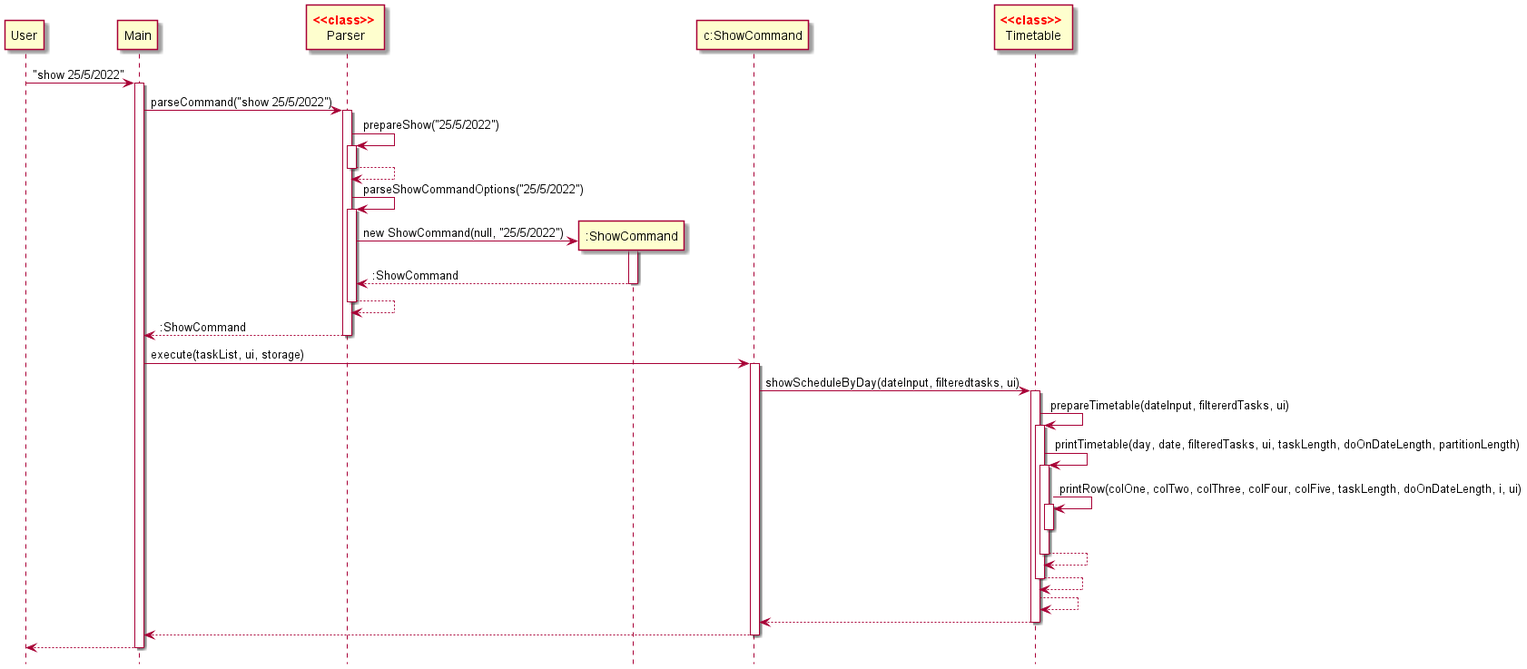
Earlier version of the PlantUML export docs/images/showTodaySchedule.png (nus-cs2113-AY2122S2/tp). The source it was exported from:
```plantuml
@startuml

hide footbox

participant User as User
participant Main as Main
participant "<font color=red>**<<class>>** \nParser" as Parser
participant ":ShowCommand" as ShowCommand
participant "c:ShowCommand" as instanceShowCommand
participant "<font color=red>**<<class>>** \nTimetable" as Timetable

User -> Main: "show 25/5/2022"

activate Main

Main -> Parser: parseCommand("show 25/5/2022")
activate Parser
Parser -> Parser: prepareShow("25/5/2022")
activate Parser
Parser --> Parser:
deactivate Parser

Parser -> Parser: parseShowCommandOptions("25/5/2022")
activate Parser
create ShowCommand
Parser ->  ShowCommand: new ShowCommand(null, "25/5/2022")
activate ShowCommand
ShowCommand --> Parser: :ShowCommand
deactivate ShowCommand
Parser --> Parser
deactivate Parser

Parser --> Main: :ShowCommand
deactivate Parser

Main -> instanceShowCommand: execute(taskList, ui, storage)
activate instanceShowCommand
instanceShowCommand -> Timetable: showScheduleByDay(dateInput, filteredtasks, ui)
activate Timetable
Timetable -> Timetable: prepareTimetable(dateInput, filtererdTasks, ui)
activate Timetable
Timetable -> Timetable: printTimetable(day, date, filteredTasks, ui, taskLength, doOnDateLength, partitionLength)
activate Timetable
Timetable -> Timetable: printRow(colOne, colTwo, colThree, colFour, colFive, taskLength, doOnDateLength, i, ui)
activate Timetable
deactivate Timetable
Timetable --> Timetable
deactivate Timetable
Timetable --> Timetable
deactivate Timetable
Timetable --> Timetable

Timetable --> instanceShowCommand
deactivate Timetable

instanceShowCommand --> Main
deactivate instanceShowCommand

Main --> User
deactivate Main


@enduml
```
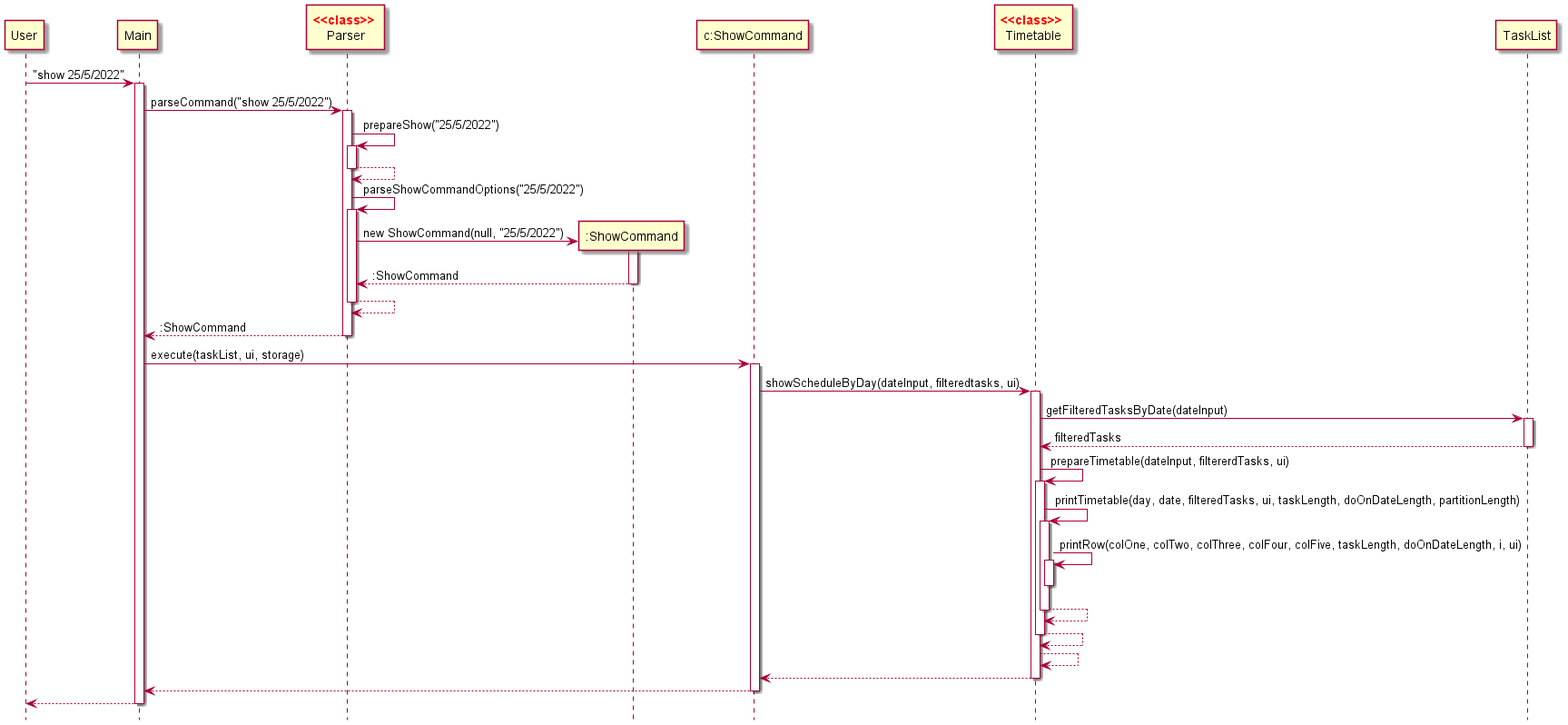
After the commit.

Diff of the diagram source:
```diff
@@ -37,6 +37,12 @@
 activate instanceShowCommand
 instanceShowCommand -> Timetable: showScheduleByDay(dateInput, filteredtasks, ui)
 activate Timetable
+
+Timetable -> TaskList: getFilteredTasksByDate(dateInput)
+activate TaskList
+TaskList --> Timetable: filteredTasks
+deactivate TaskList
+
 Timetable -> Timetable: prepareTimetable(dateInput, filtererdTasks, ui)
 activate Timetable
 Timetable -> Timetable: printTimetable(day, date, filteredTasks, ui, taskLength, doOnDateLength, partitionLength)
```
